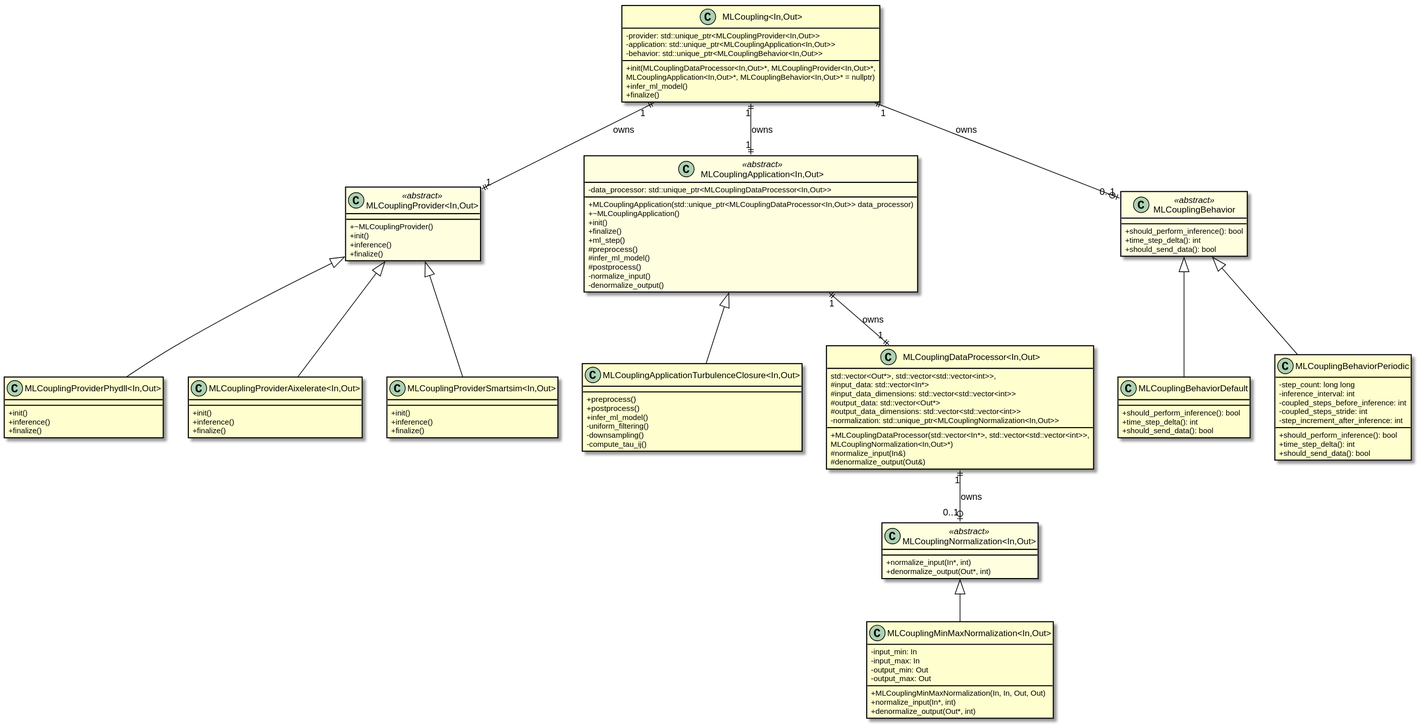
Above: documentation/CPP_NEW_ML_Interface.svg in chrisb09/CPP-ML-Interface (PlantUML), before the change.
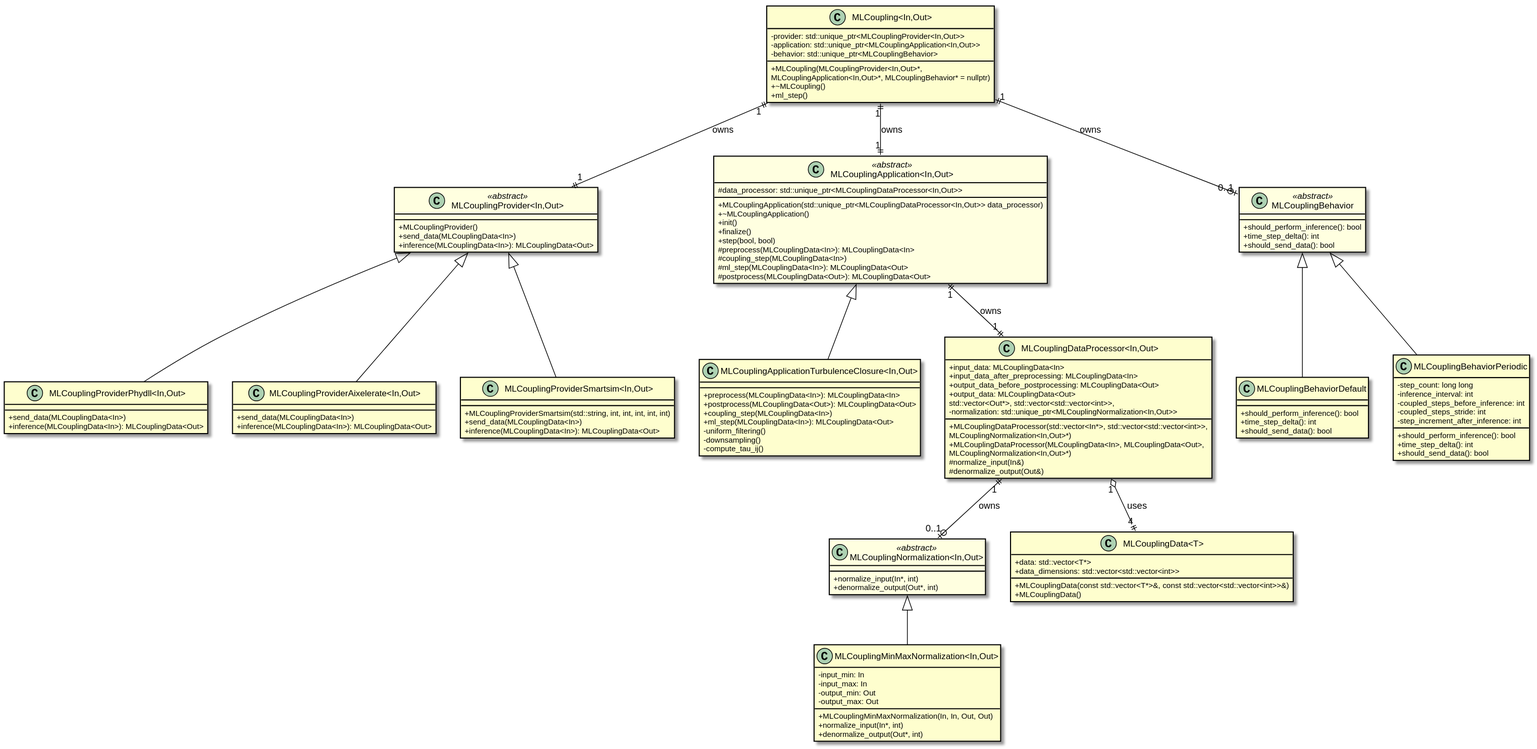
Above is the later version.

Commit message:
Refactor MLCoupling and related classes for improved design and functionality

What changed in the source:
```diff
@@ -13,32 +13,30 @@
 class "MLCoupling<In,Out>" {
     - provider: std::unique_ptr<MLCouplingProvider<In,Out>>
     - application: std::unique_ptr<MLCouplingApplication<In,Out>>
-    - behavior: std::unique_ptr<MLCouplingBehavior<In,Out>>
-    + init(MLCouplingDataProcessor<In,Out>*, MLCouplingProvider<In,Out>*,
-           MLCouplingApplication<In,Out>*, MLCouplingBehavior<In,Out>* = nullptr)
-    + infer_ml_model()
-    + finalize()
+    - behavior: std::unique_ptr<MLCouplingBehavior>
+    + MLCoupling(MLCouplingProvider<In,Out>*,
+                 MLCouplingApplication<In,Out>*, MLCouplingBehavior* = nullptr)
+    + ~MLCoupling()
+    + ml_step()
 }
 
 class "MLCouplingProvider<In,Out>" <<abstract>> {
-    + ~MLCouplingProvider()
-    + init()
-    + inference()
-    + finalize()
+    + MLCouplingProvider()
+    + send_data(MLCouplingData<In>)
+    + inference(MLCouplingData<In>): MLCouplingData<Out>
 }
 
 class "MLCouplingApplication<In,Out>" <<abstract>> {
     + MLCouplingApplication(std::unique_ptr<MLCouplingDataProcessor<In,Out>> data_processor)
     + ~MLCouplingApplication()
-    - data_processor: std::unique_ptr<MLCouplingDataProcessor<In,Out>>
+    # data_processor: std::unique_ptr<MLCouplingDataProcessor<In,Out>>
     + init()
     + finalize()
-    + ml_step()
-    # preprocess()
-    # infer_ml_model()
-    # postprocess()
-    - normalize_input()
-    - denormalize_output()
+    + step(bool, bool)
+    # preprocess(MLCouplingData<In>): MLCouplingData<In>
+    # coupling_step(MLCouplingData<In>)
+    # ml_step(MLCouplingData<In>): MLCouplingData<Out>
+    # postprocess(MLCouplingData<Out>): MLCouplingData<Out>
 }
 
 class "MLCouplingNormalization<In,Out>" <<abstract>> {
@@ -57,25 +55,35 @@
 }
 
 class "MLCouplingApplicationTurbulenceClosure<In,Out>" {
-    + preprocess()
-    + postprocess()
-    + infer_ml_model()
+    + preprocess(MLCouplingData<In>): MLCouplingData<In>
+    + postprocess(MLCouplingData<Out>): MLCouplingData<Out>
+    + coupling_step(MLCouplingData<In>)
+    + ml_step(MLCouplingData<In>): MLCouplingData<Out>
     - uniform_filtering()
     - downsampling()
     - compute_tau_ij()
 }
 
 class "MLCouplingDataProcessor<In,Out>" {
+    + input_data: MLCouplingData<In>
+    + input_data_after_preprocessing: MLCouplingData<In>
+    + output_data_before_postprocessing: MLCouplingData<Out>
+    + output_data: MLCouplingData<Out>
     + MLCouplingDataProcessor(std::vector<In*>, std::vector<std::vector<int>>,
                               std::vector<Out*>, std::vector<std::vector<int>>,
                               MLCouplingNormalization<In,Out>*)
-    # input_data: std::vector<In*>
-    # input_data_dimensions: std::vector<std::vector<int>>
-    # output_data: std::vector<Out*>
-    # output_data_dimensions: std::vector<std::vector<int>>
+    + MLCouplingDataProcessor(MLCouplingData<In>, MLCouplingData<Out>,
+                              MLCouplingNormalization<In,Out>*)
     # normalize_input(In&)
     # denormalize_output(Out&)
     - normalization: std::unique_ptr<MLCouplingNormalization<In,Out>>
+}
+
+class "MLCouplingData<T>" {
+    + data: std::vector<T*>
+    + data_dimensions: std::vector<std::vector<int>>
+    + MLCouplingData(const std::vector<T*>&, const std::vector<std::vector<int>>&)
+    + MLCouplingData()
 }
 
 class "MLCouplingBehavior" <<abstract>> {
@@ -102,21 +110,19 @@
 }
 
 class "MLCouplingProviderPhydll<In,Out>" {
-    + init()
-    + inference()
-    + finalize()
+    + send_data(MLCouplingData<In>)
+    + inference(MLCouplingData<In>): MLCouplingData<Out>
 }
 
 class "MLCouplingProviderAixelerate<In,Out>" {
-    + init()
-    + inference()
-    + finalize()
+    + send_data(MLCouplingData<In>)
+    + inference(MLCouplingData<In>): MLCouplingData<Out>
 }
 
 class "MLCouplingProviderSmartsim<In,Out>" {
-    + init()
-    + inference()
-    + finalize()
+    + MLCouplingProviderSmartsim(std::string, int, int, int, int, int)
+    + send_data(MLCouplingData<In>)
+    + inference(MLCouplingData<In>): MLCouplingData<Out>
 }
 
 "MLCoupling<In,Out>" "1" ||--|| "1" "MLCouplingProvider<In,Out>" : owns
@@ -124,6 +130,7 @@
 "MLCoupling<In,Out>" "1" ||--o| "0..1" "MLCouplingBehavior" : owns
 "MLCouplingApplication<In,Out>" "1" ||--|| "1" "MLCouplingDataProcessor<In,Out>" : owns
 "MLCouplingDataProcessor<In,Out>" "1" ||--o| "0..1" "MLCouplingNormalization<In,Out>" : owns
+"MLCouplingDataProcessor<In,Out>" "1" o--|| "4" "MLCouplingData<T>" : uses
 "MLCouplingNormalization<In,Out>" <|-- "MLCouplingMinMaxNormalization<In,Out>"
 
 "MLCouplingApplication<In,Out>" <|-- "MLCouplingApplicationTurbulenceClosure<In,Out>"
```
